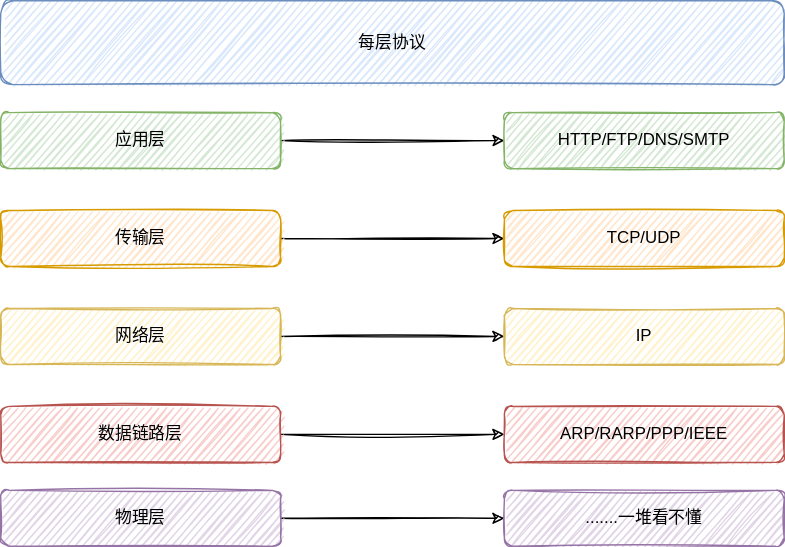
Before: 12-面试/00-计算机基础/images/每层协议.svg, a diagram exported from draw.io (cd-home/Root). Source tidied: cells renumbered, new cells last; positions are measured from the earlier drawing's top-left corner, leaving out a move shared by most shapes.
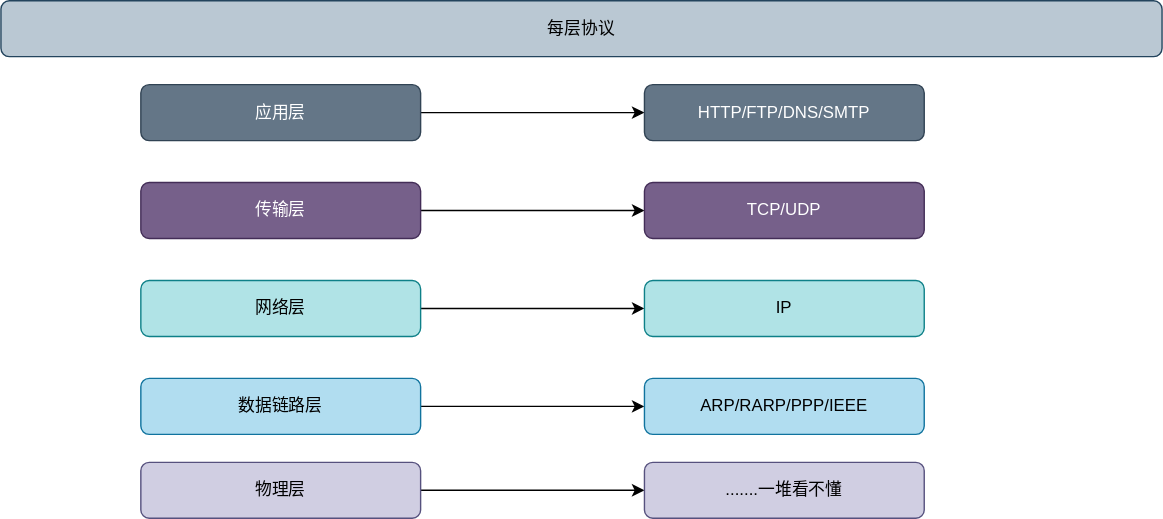
The same diagram one commit later.

What changed in the source:
```diff
@@ -2,52 +2,52 @@
   <root>
     <mxCell id="0" />
     <mxCell id="1" parent="0" />
-    <mxCell id="2" value="每层协议" style="whiteSpace=wrap;html=1;fillColor=#dae8fc;strokeColor=#6c8ebf;sketch=1;rounded=1;" parent="1" vertex="1">
-      <mxGeometry width="560" height="60" as="geometry" />
+    <mxCell id="2" value="每层协议" style="whiteSpace=wrap;html=1;rounded=1;fillColor=#bac8d3;strokeColor=#23445d;" parent="1" vertex="1">
+      <mxGeometry x="-100" y="20" width="830" height="40" as="geometry" />
     </mxCell>
-    <mxCell id="3" style="edgeStyle=orthogonalEdgeStyle;html=1;jettySize=auto;sketch=1;" parent="1" edge="1" source="4" target="5">
+    <mxCell id="3" style="edgeStyle=orthogonalEdgeStyle;html=1;jettySize=auto;" parent="1" edge="1" source="4" target="5">
       <mxGeometry relative="1" as="geometry" />
     </mxCell>
-    <mxCell id="4" value="应用层" style="whiteSpace=wrap;html=1;fillColor=#d5e8d4;strokeColor=#82b366;sketch=1;rounded=1;" parent="1" vertex="1">
+    <mxCell id="4" value="应用层" style="whiteSpace=wrap;html=1;rounded=1;fillColor=#647687;fontColor=#ffffff;strokeColor=#314354;" parent="1" vertex="1">
       <mxGeometry y="80" width="200" height="40" as="geometry" />
     </mxCell>
-    <mxCell id="5" value="HTTP/FTP/DNS/SMTP" style="whiteSpace=wrap;html=1;fillColor=#d5e8d4;strokeColor=#82b366;sketch=1;rounded=1;" parent="1" vertex="1">
+    <mxCell id="5" value="HTTP/FTP/DNS/SMTP" style="whiteSpace=wrap;html=1;rounded=1;fillColor=#647687;fontColor=#ffffff;strokeColor=#314354;" parent="1" vertex="1">
       <mxGeometry x="360" y="80" width="200" height="40" as="geometry" />
     </mxCell>
-    <mxCell id="6" style="edgeStyle=orthogonalEdgeStyle;html=1;jettySize=auto;sketch=1;" parent="1" edge="1" source="7" target="8">
+    <mxCell id="6" style="edgeStyle=orthogonalEdgeStyle;html=1;jettySize=auto;" parent="1" edge="1" source="7" target="8">
       <mxGeometry relative="1" as="geometry" />
     </mxCell>
-    <mxCell id="7" value="传输层" style="whiteSpace=wrap;html=1;fillColor=#ffe6cc;strokeColor=#d79b00;sketch=1;rounded=1;" parent="1" vertex="1">
+    <mxCell id="7" value="传输层" style="whiteSpace=wrap;html=1;rounded=1;fillColor=#76608a;fontColor=#ffffff;strokeColor=#432D57;" parent="1" vertex="1">
       <mxGeometry y="150" width="200" height="40" as="geometry" />
     </mxCell>
-    <mxCell id="8" value="TCP/UDP" style="whiteSpace=wrap;html=1;fillColor=#ffe6cc;strokeColor=#d79b00;sketch=1;rounded=1;" parent="1" vertex="1">
+    <mxCell id="8" value="TCP/UDP" style="whiteSpace=wrap;html=1;rounded=1;fillColor=#76608a;fontColor=#ffffff;strokeColor=#432D57;" parent="1" vertex="1">
       <mxGeometry x="360" y="150" width="200" height="40" as="geometry" />
     </mxCell>
-    <mxCell id="9" style="edgeStyle=orthogonalEdgeStyle;html=1;jettySize=auto;sketch=1;" parent="1" edge="1" source="10" target="11">
+    <mxCell id="9" style="edgeStyle=orthogonalEdgeStyle;html=1;jettySize=auto;" parent="1" edge="1" source="10" target="11">
       <mxGeometry relative="1" as="geometry" />
     </mxCell>
-    <mxCell id="10" value="网络层" style="whiteSpace=wrap;html=1;fillColor=#fff2cc;strokeColor=#d6b656;sketch=1;rounded=1;" parent="1" vertex="1">
+    <mxCell id="10" value="网络层" style="whiteSpace=wrap;html=1;rounded=1;fillColor=#b0e3e6;strokeColor=#0e8088;" parent="1" vertex="1">
       <mxGeometry y="220" width="200" height="40" as="geometry" />
     </mxCell>
-    <mxCell id="11" value="IP" style="whiteSpace=wrap;html=1;fillColor=#fff2cc;strokeColor=#d6b656;sketch=1;rounded=1;" parent="1" vertex="1">
+    <mxCell id="11" value="IP" style="whiteSpace=wrap;html=1;rounded=1;fillColor=#b0e3e6;strokeColor=#0e8088;" parent="1" vertex="1">
       <mxGeometry x="360" y="220" width="200" height="40" as="geometry" />
     </mxCell>
-    <mxCell id="12" style="edgeStyle=orthogonalEdgeStyle;html=1;jettySize=auto;sketch=1;" parent="1" edge="1" source="13" target="14">
+    <mxCell id="12" style="edgeStyle=orthogonalEdgeStyle;html=1;jettySize=auto;" parent="1" edge="1" source="13" target="14">
       <mxGeometry relative="1" as="geometry" />
     </mxCell>
-    <mxCell id="13" value="数据链路层" style="whiteSpace=wrap;html=1;fillColor=#f8cecc;strokeColor=#b85450;sketch=1;rounded=1;" parent="1" vertex="1">
+    <mxCell id="13" value="数据链路层" style="whiteSpace=wrap;html=1;rounded=1;fillColor=#b1ddf0;strokeColor=#10739e;" parent="1" vertex="1">
       <mxGeometry y="290" width="200" height="40" as="geometry" />
     </mxCell>
-    <mxCell id="14" value="ARP/RARP/PPP/IEEE" style="whiteSpace=wrap;html=1;fillColor=#f8cecc;strokeColor=#b85450;sketch=1;rounded=1;" parent="1" vertex="1">
+    <mxCell id="14" value="ARP/RARP/PPP/IEEE" style="whiteSpace=wrap;html=1;rounded=1;fillColor=#b1ddf0;strokeColor=#10739e;" parent="1" vertex="1">
       <mxGeometry x="360" y="290" width="200" height="40" as="geometry" />
     </mxCell>
-    <mxCell id="15" style="edgeStyle=orthogonalEdgeStyle;html=1;jettySize=auto;sketch=1;" parent="1" edge="1" source="16" target="17">
+    <mxCell id="15" style="edgeStyle=orthogonalEdgeStyle;html=1;jettySize=auto;" parent="1" edge="1" source="16" target="17">
       <mxGeometry relative="1" as="geometry" />
     </mxCell>
-    <mxCell id="16" value="物理层" style="whiteSpace=wrap;html=1;fillColor=#e1d5e7;strokeColor=#9673a6;sketch=1;rounded=1;" parent="1" vertex="1">
+    <mxCell id="16" value="物理层" style="whiteSpace=wrap;html=1;rounded=1;fillColor=#d0cee2;strokeColor=#56517e;" parent="1" vertex="1">
       <mxGeometry y="350" width="200" height="40" as="geometry" />
     </mxCell>
-    <mxCell id="17" value=".......一堆看不懂" style="whiteSpace=wrap;html=1;fillColor=#e1d5e7;strokeColor=#9673a6;sketch=1;rounded=1;" parent="1" vertex="1">
+    <mxCell id="17" value=".......一堆看不懂" style="whiteSpace=wrap;html=1;rounded=1;fillColor=#d0cee2;strokeColor=#56517e;" parent="1" vertex="1">
       <mxGeometry x="360" y="350" width="200" height="40" as="geometry" />
     </mxCell>
   </root>
```
